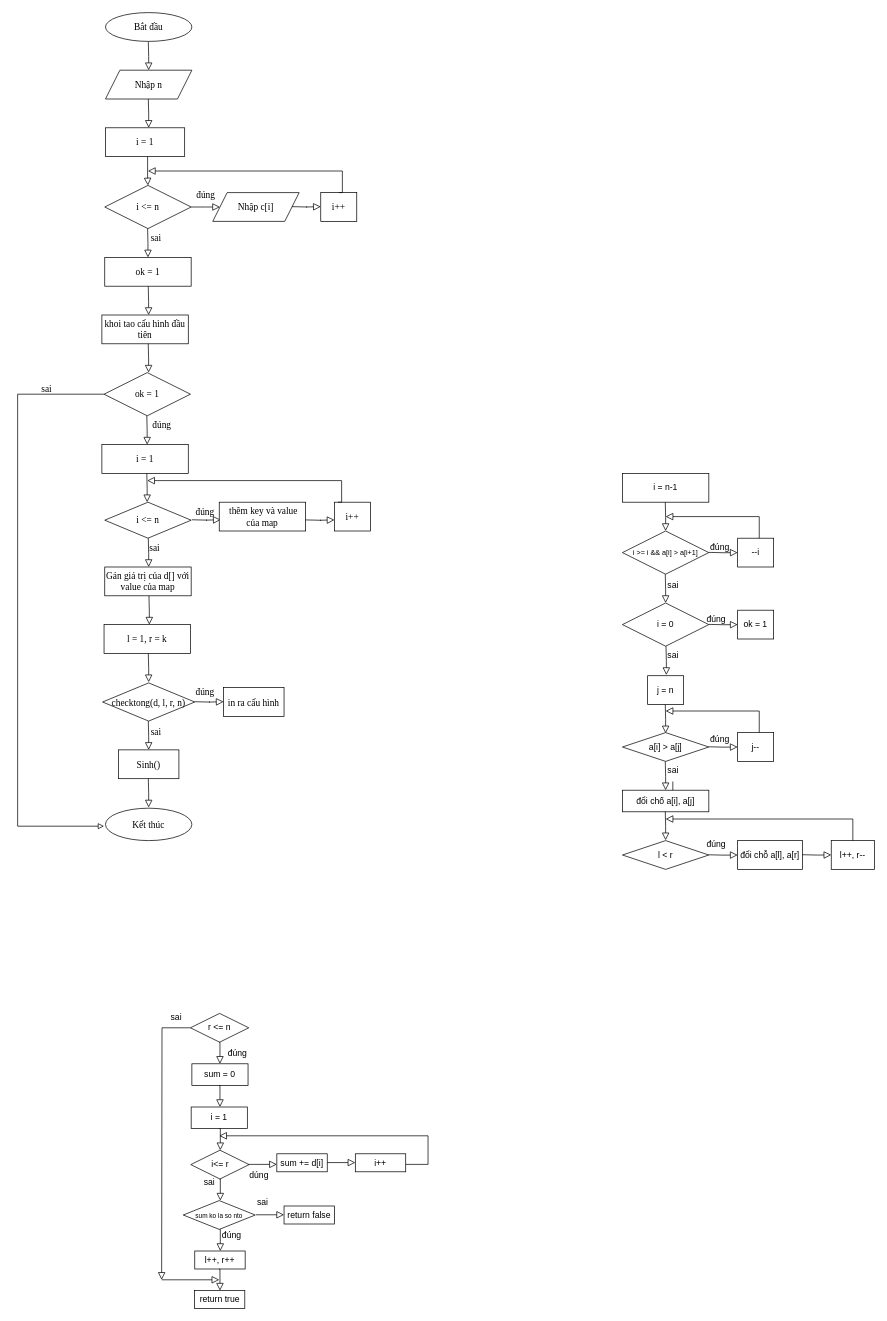
This is Biểu đồ không có tiêu đề.drawio from HoangVietAnh09/Discrete_mathematics_1, a draw.io file, before an edit. Source tidied: cells renumbered, new cells numbered last; positions are measured from the earlier drawing's top-left corner, leaving out a move shared by most shapes. Both pictures are drawn from the tidied source at 72%, with x=0, y=0 at pixel (17, 12).
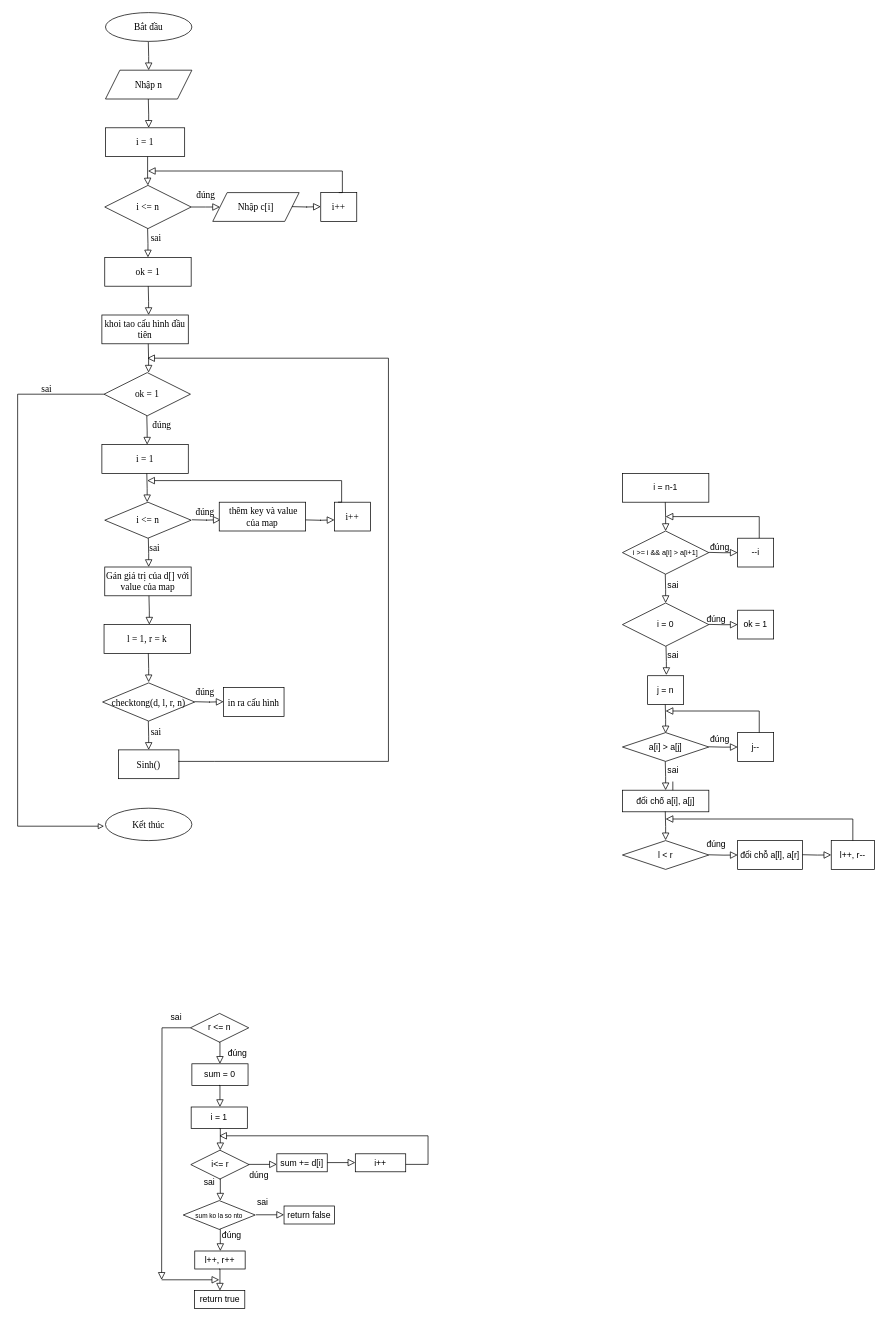
Above is the later version.

What changed in the source:
```diff
@@
-    <mxCell id="46" style="rounded=0;html=1;jettySize=auto;orthogonalLoop=1;fontSize=13;endArrow=block;endFill=0;endSize=8;strokeWidth=1;shadow=0;labelBackgroundColor=none;edgeStyle=orthogonalEdgeStyle;fontFamily=Times New Roman;" parent="1" edge="1">
-      <mxGeometry x="0.32" y="20" relative="1" as="geometry">
-        <mxPoint x="181.5" y="1064" as="sourcePoint" />
-        <mxPoint x="182" y="1104" as="targetPoint" />
-      </mxGeometry>
-    </mxCell>
@@
+    <mxCell id="113" style="rounded=0;html=1;jettySize=auto;orthogonalLoop=1;fontSize=13;endArrow=block;endFill=0;endSize=8;strokeWidth=1;shadow=0;labelBackgroundColor=none;edgeStyle=orthogonalEdgeStyle;fontFamily=Times New Roman;" parent="1" edge="1">
+      <mxGeometry x="0.32" y="20" relative="1" as="geometry">
+        <mxPoint x="223" y="1040" as="sourcePoint" />
+        <mxPoint x="180" y="480" as="targetPoint" />
+        <Array as="points">
+          <mxPoint x="273" y="1040" />
+          <mxPoint x="515" y="1040" />
+          <mxPoint x="515" y="480" />
+        </Array>
+      </mxGeometry>
+    </mxCell>
```
